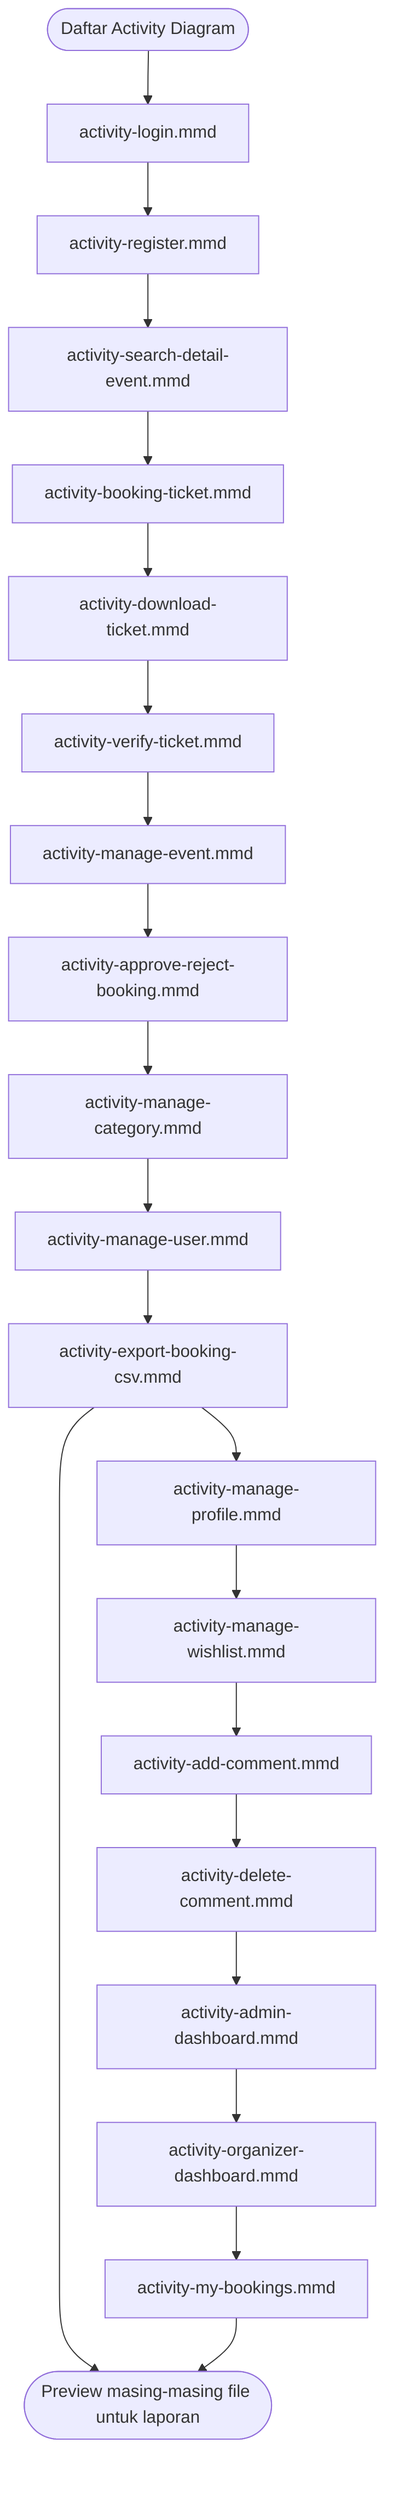
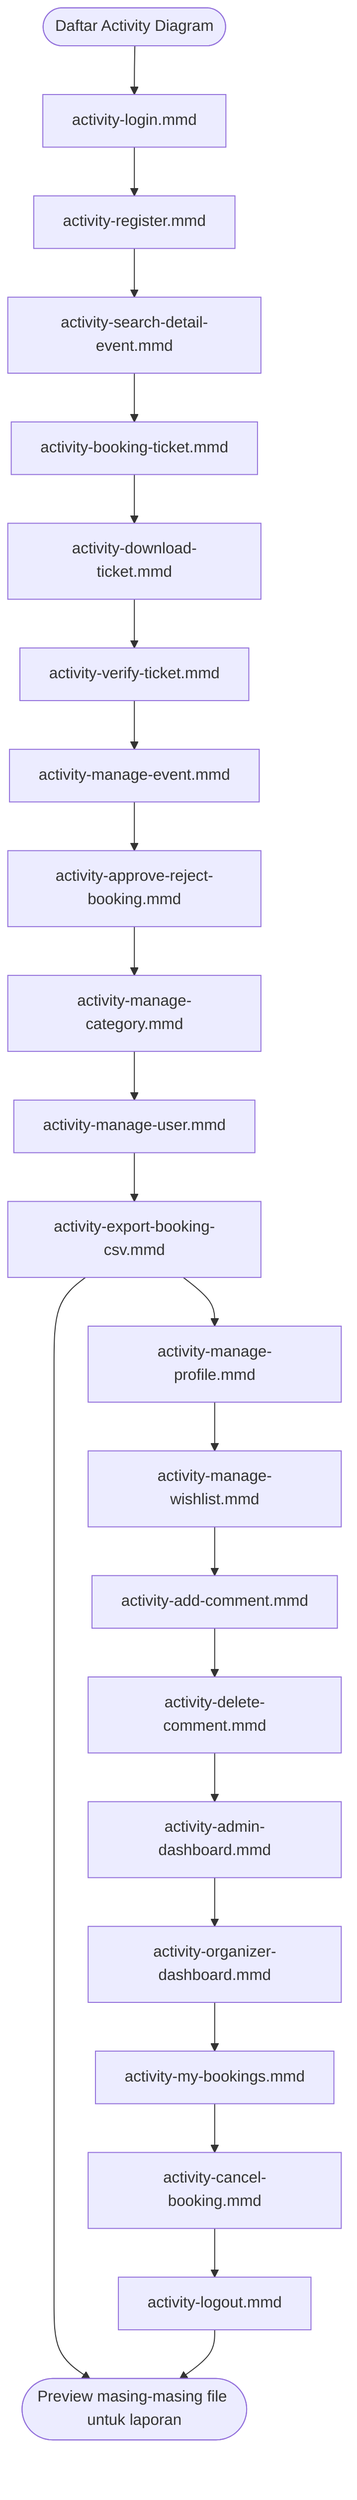
flowchart TD
    Start([Daftar Activity Diagram])
    A01[activity-login.mmd]
    A02[activity-register.mmd]
    A03[activity-search-detail-event.mmd]
    A04[activity-booking-ticket.mmd]
    A05[activity-download-ticket.mmd]
    A06[activity-verify-ticket.mmd]
    A07[activity-manage-event.mmd]
    A08[activity-approve-reject-booking.mmd]
    A09[activity-manage-category.mmd]
    A10[activity-manage-user.mmd]
    A11[activity-export-booking-csv.mmd]
    A12[activity-manage-profile.mmd]
    A13[activity-manage-wishlist.mmd]
    A14[activity-add-comment.mmd]
    A15[activity-delete-comment.mmd]
    A16[activity-admin-dashboard.mmd]
    A17[activity-organizer-dashboard.mmd]
    A18[activity-my-bookings.mmd]
+     A19[activity-cancel-booking.mmd]
+     A20[activity-logout.mmd]
    End([Preview masing-masing file untuk laporan])

-     Start --> A01 --> A02 --> A03 --> A04 --> A05 --> A06
-     A06 --> A07 --> A08 --> A09 --> A10 --> A11 --> End
-     A11 --> A12 --> A13 --> A14 --> A15 --> A16 --> A17 --> A18 --> End
+     Start --> A01 --> A02 --> A03 --> A04 --> A05 --> A06 --> A07
+     A07 --> A08 --> A09 --> A10 --> A11 --> End
+     A11 --> A12 --> A13 --> A14 --> A15 --> A16 --> A17 --> A18 --> A19 --> A20 --> End